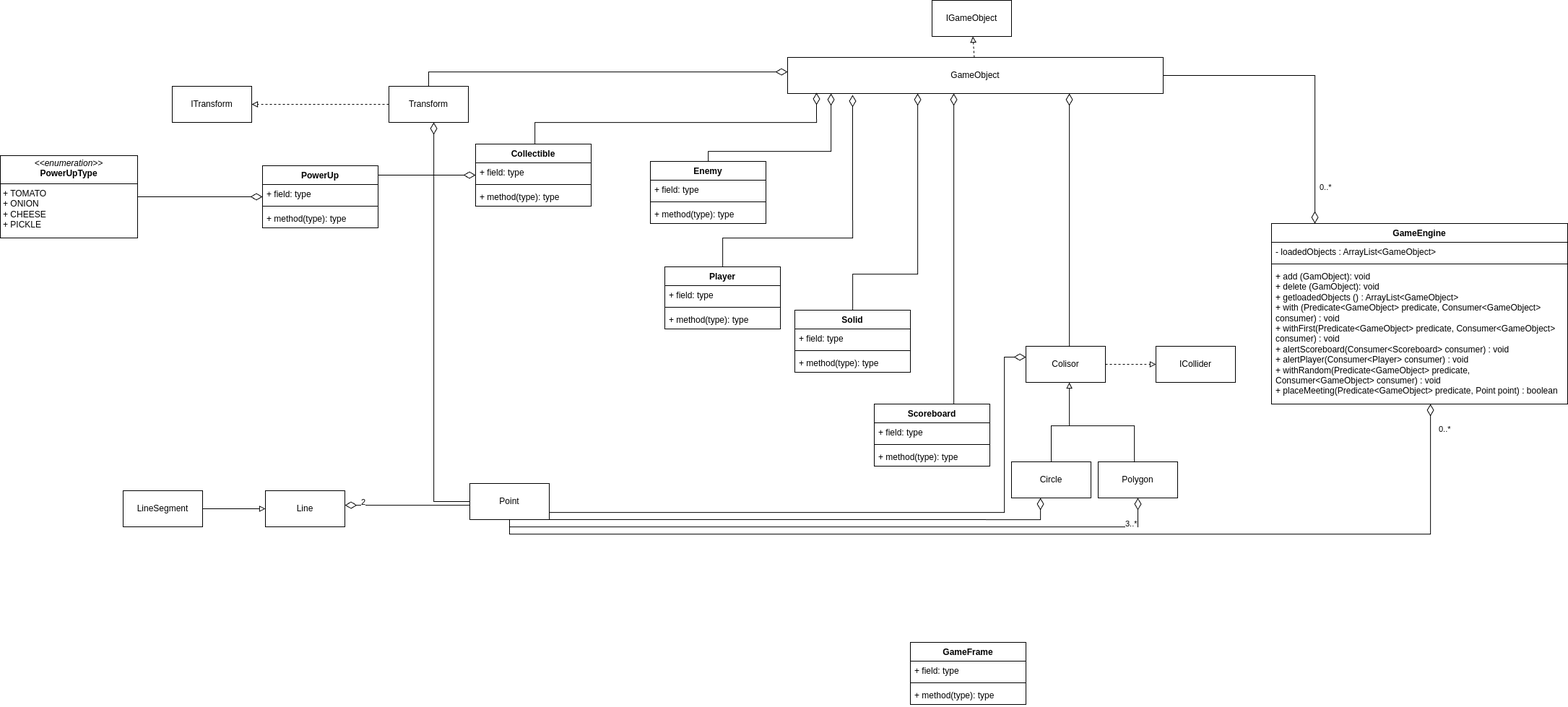
Above: UMLs/UML-3.png in ricardoorodriguess/BurgerMan (draw.io), before the change. Source tidied: cells renumbered, new cells last; positions are measured from the earlier drawing's top-left corner, leaving out a move shared by most shapes.
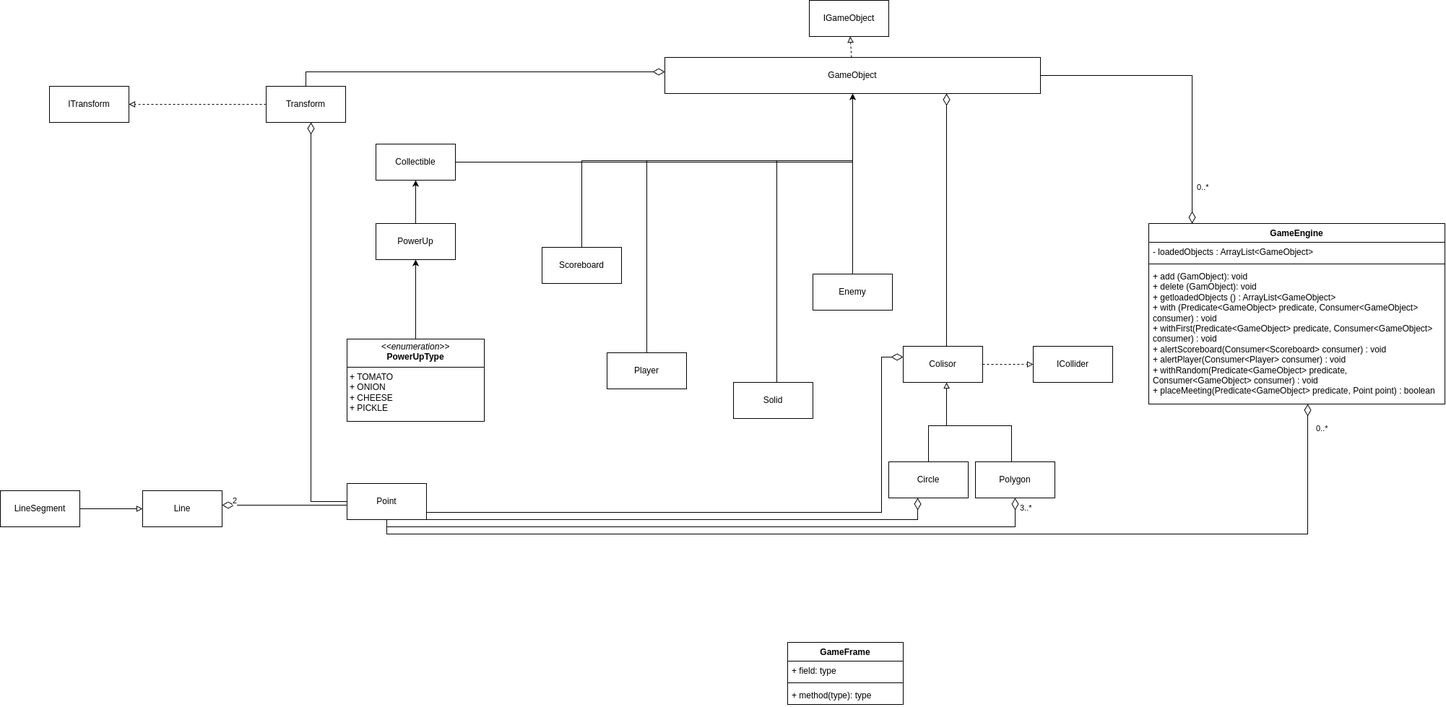
Above is the later version.

Change to the diagram source:
```diff
@@ -14,7 +14,7 @@
       </mxGeometry>
     </mxCell>
     <mxCell id="4" value="3..*" style="endArrow=none;html=1;endSize=12;startArrow=diamondThin;startSize=14;startFill=0;edgeStyle=orthogonalEdgeStyle;align=left;verticalAlign=bottom;rounded=0;endFill=0;" parent="1" edge="1" source="2" target="9">
-      <mxGeometry x="-0.87" y="5" relative="1" as="geometry">
+      <mxGeometry x="-0.95" y="5" relative="1" as="geometry">
         <Array as="points">
           <mxPoint x="1575" y="729" />
         </Array>
@@ -71,7 +71,7 @@
       </mxGeometry>
     </mxCell>
     <mxCell id="18" value="2" style="endArrow=none;html=1;endSize=12;startArrow=diamondThin;startSize=14;startFill=0;edgeStyle=orthogonalEdgeStyle;align=left;verticalAlign=bottom;rounded=0;endFill=0;" parent="1" edge="1" source="6" target="9">
-      <mxGeometry x="-0.75" y="-5" relative="1" as="geometry">
+      <mxGeometry x="-0.85" y="-3" relative="1" as="geometry">
         <Array as="points">
           <mxPoint x="550" y="699" />
           <mxPoint x="550" y="699" />
@@ -146,42 +146,6 @@
         </Array>
       </mxGeometry>
     </mxCell>
-    <mxCell id="32" value="Player" style="swimlane;fontStyle=1;align=center;verticalAlign=top;horizontal=1;startSize=26;whiteSpace=wrap;html=1;" parent="1" vertex="1">
-      <mxGeometry x="920" y="369" width="160" height="86" as="geometry" />
-    </mxCell>
-    <mxCell id="33" value="+ field: type" style="text;strokeColor=none;fillColor=none;align=left;verticalAlign=top;spacingLeft=4;spacingRight=4;overflow=hidden;whiteSpace=wrap;html=1;" parent="32" vertex="1">
-      <mxGeometry y="26" width="160" height="26" as="geometry" />
-    </mxCell>
-    <mxCell id="34" style="line;strokeWidth=1;fillColor=none;align=left;verticalAlign=middle;spacingTop=-1;spacingLeft=3;spacingRight=3;labelPosition=right;strokeColor=inherit;" parent="32" vertex="1">
-      <mxGeometry y="52" width="160" height="8" as="geometry" />
-    </mxCell>
-    <mxCell id="35" value="+ method(type): type" style="text;strokeColor=none;fillColor=none;align=left;verticalAlign=top;spacingLeft=4;spacingRight=4;overflow=hidden;whiteSpace=wrap;html=1;" parent="32" vertex="1">
-      <mxGeometry y="60" width="160" height="26" as="geometry" />
-    </mxCell>
-    <mxCell id="36" value="Enemy" style="swimlane;fontStyle=1;align=center;verticalAlign=top;horizontal=1;startSize=26;whiteSpace=wrap;html=1;" parent="1" vertex="1">
-      <mxGeometry x="900" y="223" width="160" height="86" as="geometry" />
-    </mxCell>
-    <mxCell id="37" value="+ field: type" style="text;strokeColor=none;fillColor=none;align=left;verticalAlign=top;spacingLeft=4;spacingRight=4;overflow=hidden;whiteSpace=wrap;html=1;" parent="36" vertex="1">
-      <mxGeometry y="26" width="160" height="26" as="geometry" />
-    </mxCell>
-    <mxCell id="38" style="line;strokeWidth=1;fillColor=none;align=left;verticalAlign=middle;spacingTop=-1;spacingLeft=3;spacingRight=3;labelPosition=right;strokeColor=inherit;" parent="36" vertex="1">
-      <mxGeometry y="52" width="160" height="8" as="geometry" />
-    </mxCell>
-    <mxCell id="39" value="+ method(type): type" style="text;strokeColor=none;fillColor=none;align=left;verticalAlign=top;spacingLeft=4;spacingRight=4;overflow=hidden;whiteSpace=wrap;html=1;" parent="36" vertex="1">
-      <mxGeometry y="60" width="160" height="26" as="geometry" />
-    </mxCell>
-    <mxCell id="40" value="Collectible" style="swimlane;fontStyle=1;align=center;verticalAlign=top;horizontal=1;startSize=26;whiteSpace=wrap;html=1;" parent="1" vertex="1">
-      <mxGeometry x="658" y="199" width="160" height="86" as="geometry" />
-    </mxCell>
-    <mxCell id="41" value="+ field: type" style="text;strokeColor=none;fillColor=none;align=left;verticalAlign=top;spacingLeft=4;spacingRight=4;overflow=hidden;whiteSpace=wrap;html=1;" parent="40" vertex="1">
-      <mxGeometry y="26" width="160" height="26" as="geometry" />
-    </mxCell>
-    <mxCell id="42" style="line;strokeWidth=1;fillColor=none;align=left;verticalAlign=middle;spacingTop=-1;spacingLeft=3;spacingRight=3;labelPosition=right;strokeColor=inherit;" parent="40" vertex="1">
-      <mxGeometry y="52" width="160" height="8" as="geometry" />
-    </mxCell>
-    <mxCell id="43" value="+ method(type): type" style="text;strokeColor=none;fillColor=none;align=left;verticalAlign=top;spacingLeft=4;spacingRight=4;overflow=hidden;whiteSpace=wrap;html=1;" parent="40" vertex="1">
-      <mxGeometry y="60" width="160" height="26" as="geometry" />
-    </mxCell>
     <mxCell id="44" value="GameFrame" style="swimlane;fontStyle=1;align=center;verticalAlign=top;horizontal=1;startSize=26;whiteSpace=wrap;html=1;" parent="1" vertex="1">
       <mxGeometry x="1260" y="889" width="160" height="86" as="geometry" />
     </mxCell>
@@ -194,103 +158,66 @@
     <mxCell id="47" value="+ method(type): type" style="text;strokeColor=none;fillColor=none;align=left;verticalAlign=top;spacingLeft=4;spacingRight=4;overflow=hidden;whiteSpace=wrap;html=1;" parent="44" vertex="1">
       <mxGeometry y="60" width="160" height="26" as="geometry" />
     </mxCell>
-    <mxCell id="48" value="PowerUp" style="swimlane;fontStyle=1;align=center;verticalAlign=top;horizontal=1;startSize=26;whiteSpace=wrap;html=1;" parent="1" vertex="1">
-      <mxGeometry x="363" y="229" width="160" height="86" as="geometry" />
-    </mxCell>
-    <mxCell id="49" value="+ field: type" style="text;strokeColor=none;fillColor=none;align=left;verticalAlign=top;spacingLeft=4;spacingRight=4;overflow=hidden;whiteSpace=wrap;html=1;" parent="48" vertex="1">
-      <mxGeometry y="26" width="160" height="26" as="geometry" />
-    </mxCell>
-    <mxCell id="50" style="line;strokeWidth=1;fillColor=none;align=left;verticalAlign=middle;spacingTop=-1;spacingLeft=3;spacingRight=3;labelPosition=right;strokeColor=inherit;" parent="48" vertex="1">
-      <mxGeometry y="52" width="160" height="8" as="geometry" />
-    </mxCell>
-    <mxCell id="51" value="+ method(type): type" style="text;strokeColor=none;fillColor=none;align=left;verticalAlign=top;spacingLeft=4;spacingRight=4;overflow=hidden;whiteSpace=wrap;html=1;" parent="48" vertex="1">
-      <mxGeometry y="60" width="160" height="26" as="geometry" />
-    </mxCell>
+    <mxCell id="68" style="edgeStyle=orthogonalEdgeStyle;rounded=0;jettySize=auto;html=1;" parent="1" edge="1" source="52" target="48">
+      <mxGeometry relative="1" as="geometry" />
+    </mxCell>
     <mxCell id="52" value="&lt;p style=&quot;margin:0px;margin-top:4px;text-align:center;&quot;&gt;&lt;i&gt;&amp;lt;&amp;lt;enumeration&amp;gt;&amp;gt;&lt;/i&gt;&lt;br&gt;&lt;b&gt;PowerUpType&lt;/b&gt;&lt;/p&gt;&lt;hr size=&quot;1&quot; style=&quot;border-style:solid;&quot;&gt;&lt;p style=&quot;margin:0px;margin-left:4px;&quot;&gt;+&amp;nbsp;TOMATO&lt;/p&gt;&lt;p style=&quot;margin:0px;margin-left:4px;&quot;&gt;+&amp;nbsp;ONION&lt;/p&gt;&lt;p style=&quot;margin:0px;margin-left:4px;&quot;&gt;+&amp;nbsp;CHEESE&lt;/p&gt;&lt;p style=&quot;margin:0px;margin-left:4px;&quot;&gt;+&amp;nbsp;PICKLE&lt;/p&gt;" style="verticalAlign=top;align=left;overflow=fill;html=1;whiteSpace=wrap;" parent="1" vertex="1">
-      <mxGeometry y="215" width="190" height="114" as="geometry" />
+      <mxGeometry x="650" y="469" width="190" height="114" as="geometry" />
     </mxCell>
-    <mxCell id="53" value="Scoreboard" style="swimlane;fontStyle=1;align=center;verticalAlign=top;horizontal=1;startSize=26;whiteSpace=wrap;html=1;" parent="1" vertex="1">
-      <mxGeometry x="1210" y="559" width="160" height="86" as="geometry" />
+    <mxCell id="53" value="Scoreboard" style="html=1;whiteSpace=wrap;" parent="1" vertex="1">
+      <mxGeometry x="920" y="342" width="110" height="50" as="geometry" />
     </mxCell>
-    <mxCell id="54" value="+ field: type" style="text;strokeColor=none;fillColor=none;align=left;verticalAlign=top;spacingLeft=4;spacingRight=4;overflow=hidden;whiteSpace=wrap;html=1;" parent="53" vertex="1">
-      <mxGeometry y="26" width="160" height="26" as="geometry" />
-    </mxCell>
-    <mxCell id="55" style="line;strokeWidth=1;fillColor=none;align=left;verticalAlign=middle;spacingTop=-1;spacingLeft=3;spacingRight=3;labelPosition=right;strokeColor=inherit;" parent="53" vertex="1">
-      <mxGeometry y="52" width="160" height="8" as="geometry" />
-    </mxCell>
-    <mxCell id="56" value="+ method(type): type" style="text;strokeColor=none;fillColor=none;align=left;verticalAlign=top;spacingLeft=4;spacingRight=4;overflow=hidden;whiteSpace=wrap;html=1;" parent="53" vertex="1">
-      <mxGeometry y="60" width="160" height="26" as="geometry" />
-    </mxCell>
+    <mxCell id="69" style="edgeStyle=orthogonalEdgeStyle;rounded=0;jettySize=auto;html=1;" parent="1" edge="1" source="57" target="15">
+      <mxGeometry relative="1" as="geometry">
+        <Array as="points">
+          <mxPoint x="1245" y="222" />
+          <mxPoint x="1350" y="222" />
+        </Array>
+      </mxGeometry>
+    </mxCell>
-    <mxCell id="57" value="Solid" style="swimlane;fontStyle=1;align=center;verticalAlign=top;horizontal=1;startSize=26;whiteSpace=wrap;html=1;" parent="1" vertex="1">
-      <mxGeometry x="1100" y="429" width="160" height="86" as="geometry" />
+    <mxCell id="57" value="Solid" style="html=1;whiteSpace=wrap;" parent="1" vertex="1">
+      <mxGeometry x="1185" y="529" width="110" height="50" as="geometry" />
     </mxCell>
-    <mxCell id="58" value="+ field: type" style="text;strokeColor=none;fillColor=none;align=left;verticalAlign=top;spacingLeft=4;spacingRight=4;overflow=hidden;whiteSpace=wrap;html=1;" parent="57" vertex="1">
-      <mxGeometry y="26" width="160" height="26" as="geometry" />
-    </mxCell>
-    <mxCell id="59" style="line;strokeWidth=1;fillColor=none;align=left;verticalAlign=middle;spacingTop=-1;spacingLeft=3;spacingRight=3;labelPosition=right;strokeColor=inherit;" parent="57" vertex="1">
-      <mxGeometry y="52" width="160" height="8" as="geometry" />
-    </mxCell>
-    <mxCell id="60" value="+ method(type): type" style="text;strokeColor=none;fillColor=none;align=left;verticalAlign=top;spacingLeft=4;spacingRight=4;overflow=hidden;whiteSpace=wrap;html=1;" parent="57" vertex="1">
-      <mxGeometry y="60" width="160" height="26" as="geometry" />
-    </mxCell>
-    <mxCell id="61" style="endArrow=none;html=1;endSize=12;startArrow=diamondThin;startSize=14;startFill=0;edgeStyle=orthogonalEdgeStyle;align=left;verticalAlign=bottom;rounded=0;endFill=0;" parent="1" edge="1" target="40">
-      <mxGeometry x="-1" y="3" relative="1" as="geometry">
-        <mxPoint x="1130" y="128" as="sourcePoint" />
-        <Array as="points">
-          <mxPoint x="1130" y="169" />
-          <mxPoint x="740" y="169" />
-        </Array>
-      </mxGeometry>
-    </mxCell>
-    <mxCell id="62" style="endArrow=none;html=1;endSize=12;startArrow=diamondThin;startSize=14;startFill=0;edgeStyle=orthogonalEdgeStyle;align=left;verticalAlign=bottom;rounded=0;endFill=0;" parent="1" edge="1" source="15" target="36">
-      <mxGeometry x="-1" y="3" relative="1" as="geometry">
-        <Array as="points">
-          <mxPoint x="1150" y="209" />
-          <mxPoint x="980" y="209" />
-        </Array>
-      </mxGeometry>
-    </mxCell>
-    <mxCell id="63" style="endArrow=none;html=1;endSize=12;startArrow=diamondThin;startSize=14;startFill=0;edgeStyle=orthogonalEdgeStyle;align=left;verticalAlign=bottom;rounded=0;endFill=0;" parent="1" edge="1" target="32">
-      <mxGeometry x="-1" y="3" relative="1" as="geometry">
-        <mxPoint x="1180" y="131" as="sourcePoint" />
-        <Array as="points">
-          <mxPoint x="1180" y="131" />
-          <mxPoint x="1180" y="329" />
-          <mxPoint x="1000" y="329" />
-        </Array>
-      </mxGeometry>
-    </mxCell>
-    <mxCell id="64" style="endArrow=none;html=1;endSize=12;startArrow=diamondThin;startSize=14;startFill=0;edgeStyle=orthogonalEdgeStyle;align=left;verticalAlign=bottom;rounded=0;endFill=0;" parent="1" edge="1" source="40" target="48">
-      <mxGeometry x="-1" y="3" relative="1" as="geometry">
-        <Array as="points">
-          <mxPoint x="810" y="242" />
-          <mxPoint x="810" y="242" />
-        </Array>
-      </mxGeometry>
-    </mxCell>
-    <mxCell id="65" style="endArrow=none;html=1;endSize=12;startArrow=diamondThin;startSize=14;startFill=0;edgeStyle=orthogonalEdgeStyle;align=left;verticalAlign=bottom;rounded=0;endFill=0;" parent="1" edge="1" source="48" target="52">
-      <mxGeometry x="-1" y="3" relative="1" as="geometry">
-        <Array as="points">
-          <mxPoint x="288" y="272" />
-          <mxPoint x="288" y="272" />
-        </Array>
-      </mxGeometry>
-    </mxCell>
-    <mxCell id="66" style="endArrow=none;html=1;endSize=12;startArrow=diamondThin;startSize=14;startFill=0;edgeStyle=orthogonalEdgeStyle;align=left;verticalAlign=bottom;rounded=0;endFill=0;" parent="1" edge="1" source="15" target="53">
-      <mxGeometry x="-1" y="3" relative="1" as="geometry">
-        <Array as="points">
-          <mxPoint x="1320" y="299" />
-          <mxPoint x="1320" y="299" />
-        </Array>
-      </mxGeometry>
-    </mxCell>
-    <mxCell id="67" style="endArrow=none;html=1;endSize=12;startArrow=diamondThin;startSize=14;startFill=0;edgeStyle=orthogonalEdgeStyle;align=left;verticalAlign=bottom;rounded=0;endFill=0;" parent="1" edge="1" source="15" target="57">
-      <mxGeometry x="-1" y="3" relative="1" as="geometry">
-        <Array as="points">
-          <mxPoint x="1270" y="379" />
-          <mxPoint x="1180" y="379" />
-        </Array>
-      </mxGeometry>
-    </mxCell>
+    <mxCell id="70" style="edgeStyle=orthogonalEdgeStyle;rounded=0;jettySize=auto;html=1;" parent="1" edge="1" source="36" target="15">
+      <mxGeometry relative="1" as="geometry" />
+    </mxCell>
+    <mxCell id="36" value="Enemy" style="html=1;whiteSpace=wrap;" parent="1" vertex="1">
+      <mxGeometry x="1295" y="379" width="110" height="50" as="geometry" />
+    </mxCell>
+    <mxCell id="71" style="edgeStyle=orthogonalEdgeStyle;rounded=0;jettySize=auto;html=1;" parent="1" edge="1" source="32" target="15">
+      <mxGeometry relative="1" as="geometry">
+        <Array as="points">
+          <mxPoint x="1065" y="222" />
+          <mxPoint x="1350" y="222" />
+        </Array>
+      </mxGeometry>
+    </mxCell>
+    <mxCell id="32" value="Player" style="html=1;whiteSpace=wrap;" parent="1" vertex="1">
+      <mxGeometry x="1010" y="488" width="110" height="50" as="geometry" />
+    </mxCell>
+    <mxCell id="40" value="Collectible" style="html=1;whiteSpace=wrap;" parent="1" vertex="1">
+      <mxGeometry x="690" y="199" width="110" height="50" as="geometry" />
+    </mxCell>
+    <mxCell id="72" style="edgeStyle=orthogonalEdgeStyle;rounded=0;jettySize=auto;html=1;" parent="1" edge="1" source="48" target="40">
+      <mxGeometry relative="1" as="geometry" />
+    </mxCell>
+    <mxCell id="48" value="PowerUp" style="html=1;whiteSpace=wrap;" parent="1" vertex="1">
+      <mxGeometry x="690" y="309" width="110" height="50" as="geometry" />
+    </mxCell>
+    <mxCell id="73" style="edgeStyle=orthogonalEdgeStyle;rounded=0;jettySize=auto;html=1;entryX=0.5;entryY=1;entryDx=0;entryDy=0;" parent="1" edge="1" source="40" target="15">
+      <mxGeometry relative="1" as="geometry">
+        <Array as="points">
+          <mxPoint x="1350" y="224" />
+        </Array>
+      </mxGeometry>
+    </mxCell>
+    <mxCell id="74" style="edgeStyle=orthogonalEdgeStyle;rounded=0;jettySize=auto;html=1;" parent="1" edge="1" source="53" target="15">
+      <mxGeometry relative="1" as="geometry">
+        <Array as="points">
+          <mxPoint x="975" y="222" />
+          <mxPoint x="1350" y="222" />
+        </Array>
+      </mxGeometry>
+    </mxCell>
   </root>
 </mxGraphModel>
```
